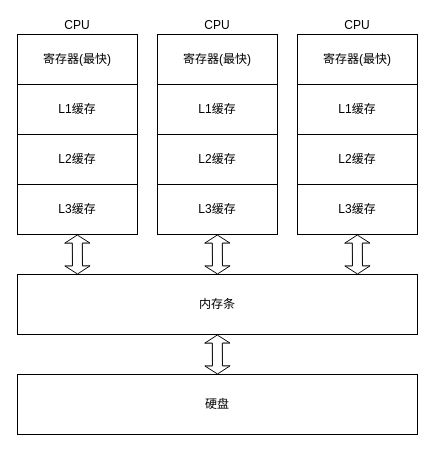
Before: CPU缓存图.drawio in GShLi/docs-illustration, a draw.io diagram. Source tidied: cells renumbered, new cells numbered last; positions are measured from the earlier drawing's top-left corner, leaving out a move shared by most shapes. Both pictures are drawn from the tidied source at 100%, with x=0, y=0 at pixel (17, 34).
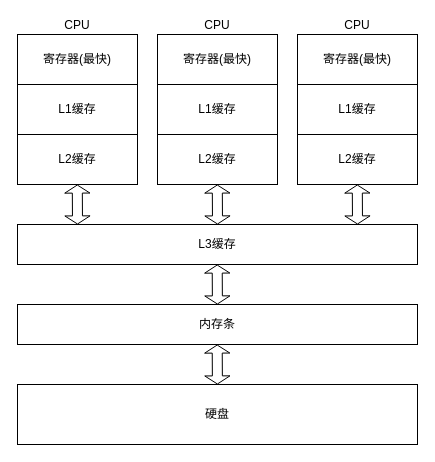
The same page after the edit.

Commit message:
更新CPU缓存图.drawio

Unchanged cells that the change refers to:
```xml
<mxCell id="2" style="group;" parent="1" vertex="1">
  <mxGeometry width="120" height="200" as="geometry" />
</mxCell>
<mxCell id="8" style="group;" parent="1" vertex="1">
  <mxGeometry x="140" width="120" height="200" as="geometry" />
</mxCell>
<mxCell id="14" style="group;" parent="1" vertex="1">
  <mxGeometry x="280" width="120" height="200" as="geometry" />
</mxCell>
```

The edit, as a diff of the source:
```diff
@@
     <mxCell id="3" value="&lt;div&gt;CPU&lt;/div&gt;" style="rounded=0;whiteSpace=wrap;html=1;labelPosition=center;verticalLabelPosition=top;align=center;verticalAlign=bottom;" parent="2" vertex="1">
-      <mxGeometry width="120" height="200" as="geometry" />
+      <mxGeometry width="120" height="150" as="geometry" />
     </mxCell>
@@
-    <mxCell id="7" value="L3缓存" style="rounded=0;whiteSpace=wrap;html=1;" parent="2" vertex="1">
-      <mxGeometry y="150" width="120" height="50" as="geometry" />
-    </mxCell>
@@
     <mxCell id="9" value="&lt;div&gt;CPU&lt;/div&gt;" style="rounded=0;whiteSpace=wrap;html=1;labelPosition=center;verticalLabelPosition=top;align=center;verticalAlign=bottom;" parent="8" vertex="1">
-      <mxGeometry width="120" height="200" as="geometry" />
+      <mxGeometry width="120" height="150" as="geometry" />
     </mxCell>
@@
-    <mxCell id="13" value="L3缓存" style="rounded=0;whiteSpace=wrap;html=1;" parent="8" vertex="1">
-      <mxGeometry y="150" width="120" height="50" as="geometry" />
-    </mxCell>
@@
     <mxCell id="15" value="&lt;div&gt;CPU&lt;/div&gt;" style="rounded=0;whiteSpace=wrap;html=1;labelPosition=center;verticalLabelPosition=top;align=center;verticalAlign=bottom;" parent="14" vertex="1">
-      <mxGeometry width="120" height="200" as="geometry" />
+      <mxGeometry width="120" height="150" as="geometry" />
     </mxCell>
@@
-    <mxCell id="19" value="L3缓存" style="rounded=0;whiteSpace=wrap;html=1;" parent="14" vertex="1">
-      <mxGeometry y="150" width="120" height="50" as="geometry" />
-    </mxCell>
-    <mxCell id="20" value="内存条" style="rounded=0;whiteSpace=wrap;html=1;labelPosition=center;verticalLabelPosition=middle;align=center;verticalAlign=middle;" parent="1" vertex="1">
-      <mxGeometry y="240" width="400" height="60" as="geometry" />
+    <mxCell id="20" value="L3缓存" style="rounded=0;whiteSpace=wrap;html=1;labelPosition=center;verticalLabelPosition=middle;align=center;verticalAlign=middle;" parent="1" vertex="1">
+      <mxGeometry y="190" width="400" height="40" as="geometry" />
     </mxCell>
     <mxCell id="21" value="硬盘" style="rounded=0;whiteSpace=wrap;html=1;labelPosition=center;verticalLabelPosition=middle;align=center;verticalAlign=middle;" parent="1" vertex="1">
-      <mxGeometry y="340" width="400" height="60" as="geometry" />
+      <mxGeometry y="350" width="400" height="60" as="geometry" />
     </mxCell>
     <mxCell id="22" style="shape=flexArrow;endArrow=classic;startArrow=classic;html=1;rounded=0;startWidth=14.222222222222221;startSize=2.368888888888889;endWidth=14.222222222222221;endSize=2.368888888888889;" parent="1" edge="1">
       <mxGeometry relative="1" as="geometry">
-        <mxPoint x="60" y="240" as="sourcePoint" />
-        <mxPoint x="59.8" y="200" as="targetPoint" />
+        <mxPoint x="60" y="190" as="sourcePoint" />
+        <mxPoint x="59.8" y="150" as="targetPoint" />
       </mxGeometry>
     </mxCell>
     <mxCell id="23" style="shape=flexArrow;endArrow=classic;startArrow=classic;html=1;rounded=0;startWidth=14.222222222222221;startSize=2.368888888888889;endWidth=14.222222222222221;endSize=2.368888888888889;" parent="1" edge="1">
       <mxGeometry relative="1" as="geometry">
-        <mxPoint x="200" y="240" as="sourcePoint" />
-        <mxPoint x="199.8" y="200" as="targetPoint" />
+        <mxPoint x="200" y="190" as="sourcePoint" />
+        <mxPoint x="199.8" y="150" as="targetPoint" />
       </mxGeometry>
     </mxCell>
     <mxCell id="24" style="shape=flexArrow;endArrow=classic;startArrow=classic;html=1;rounded=0;startWidth=14.222222222222221;startSize=2.368888888888889;endWidth=14.222222222222221;endSize=2.368888888888889;" parent="1" edge="1">
       <mxGeometry relative="1" as="geometry">
-        <mxPoint x="340" y="240" as="sourcePoint" />
-        <mxPoint x="339.8" y="200" as="targetPoint" />
+        <mxPoint x="340" y="190" as="sourcePoint" />
+        <mxPoint x="339.8" y="150" as="targetPoint" />
       </mxGeometry>
     </mxCell>
     <mxCell id="25" style="shape=flexArrow;endArrow=classic;startArrow=classic;html=1;rounded=0;startWidth=14.222222222222221;startSize=2.368888888888889;endWidth=14.222222222222221;endSize=2.368888888888889;" parent="1" edge="1">
       <mxGeometry relative="1" as="geometry">
-        <mxPoint x="200" y="340" as="sourcePoint" />
-        <mxPoint x="199.8" y="300" as="targetPoint" />
+        <mxPoint x="199.9" y="350" as="sourcePoint" />
+        <mxPoint x="199.7" y="310" as="targetPoint" />
       </mxGeometry>
     </mxCell>
+    <mxCell id="26" value="内存条" style="rounded=0;whiteSpace=wrap;html=1;labelPosition=center;verticalLabelPosition=middle;align=center;verticalAlign=middle;" parent="1" vertex="1">
+      <mxGeometry y="270" width="400" height="40" as="geometry" />
+    </mxCell>
+    <mxCell id="27" style="shape=flexArrow;endArrow=classic;startArrow=classic;html=1;rounded=0;startWidth=14.222222222222221;startSize=2.368888888888889;endWidth=14.222222222222221;endSize=2.368888888888889;" parent="1" edge="1">
+      <mxGeometry relative="1" as="geometry">
+        <mxPoint x="199.9" y="270" as="sourcePoint" />
+        <mxPoint x="199.7" y="230" as="targetPoint" />
+      </mxGeometry>
+    </mxCell>
```
